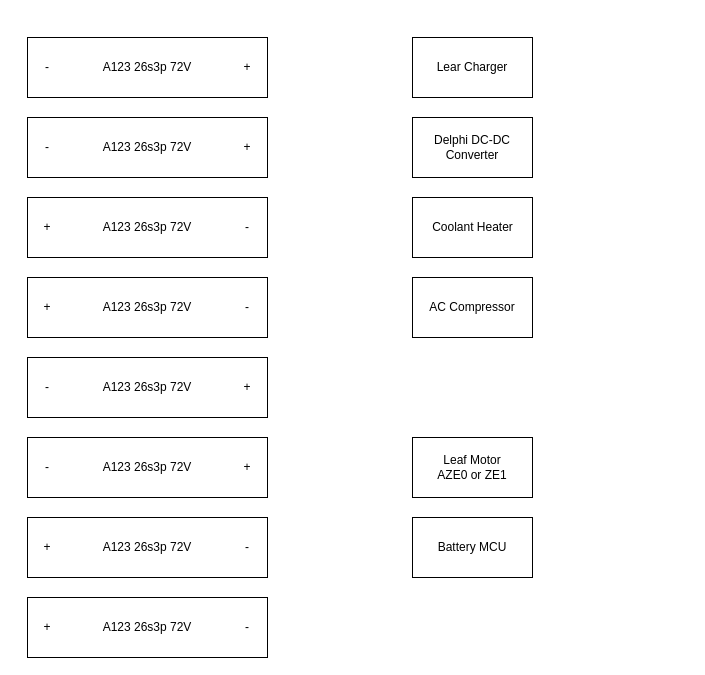
cdvanhorn/ForsanRaneaf keeps this draw.io diagram as Electrical.drawio. Above is the earlier version. Source tidied: cells renumbered, new cells numbered last; positions are measured from the earlier drawing's top-left corner, leaving out a move shared by most shapes. Both pictures are drawn from the tidied source at 100%, with x=0, y=0 at pixel (27, 37).
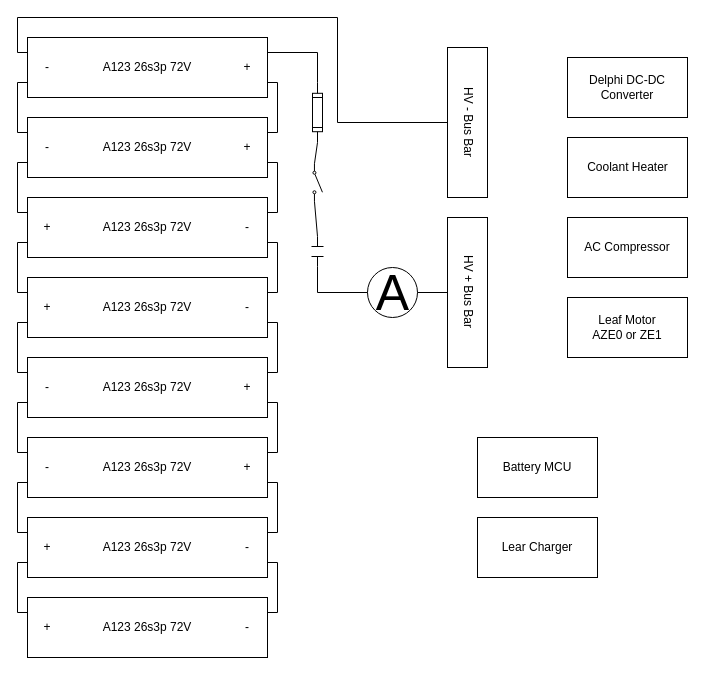
After the change.

Commit message:
hv battery wiring

Unchanged cells that the change refers to:
```xml
<mxCell id="21" style="rounded=0;whiteSpace=wrap;html=1;" parent="20" vertex="1">
  <mxGeometry width="240" height="60" as="geometry" />
</mxCell>
<mxCell id="26" style="rounded=0;whiteSpace=wrap;html=1;" parent="25" vertex="1">
  <mxGeometry width="240" height="60" as="geometry" />
</mxCell>
<mxCell id="31" style="rounded=0;whiteSpace=wrap;html=1;" parent="30" vertex="1">
  <mxGeometry width="240" height="60" as="geometry" />
</mxCell>
<mxCell id="36" style="rounded=0;whiteSpace=wrap;html=1;" parent="35" vertex="1">
  <mxGeometry width="240" height="60" as="geometry" />
</mxCell>
<mxCell id="41" style="rounded=0;whiteSpace=wrap;html=1;" parent="40" vertex="1">
  <mxGeometry width="240" height="60" as="geometry" />
</mxCell>
<mxCell id="46" style="rounded=0;whiteSpace=wrap;html=1;" parent="45" vertex="1">
  <mxGeometry width="240" height="60" as="geometry" />
</mxCell>
<mxCell id="51" style="rounded=0;whiteSpace=wrap;html=1;" parent="50" vertex="1">
  <mxGeometry width="240" height="60" as="geometry" />
</mxCell>
<mxCell id="56" style="rounded=0;whiteSpace=wrap;html=1;" parent="55" vertex="1">
  <mxGeometry width="240" height="60" as="geometry" />
</mxCell>
```

What changed in the source:
```diff
@@
     <mxCell id="2" style="group;" parent="1" vertex="1">
-      <mxGeometry x="385" y="480" width="120" height="60" as="geometry" />
+      <mxGeometry x="450" y="400" width="120" height="60" as="geometry" />
     </mxCell>
@@
     <mxCell id="5" style="group;" parent="1" vertex="1">
-      <mxGeometry x="385" y="400" width="120" height="60" as="geometry" />
+      <mxGeometry x="540" y="260" width="120" height="60" as="geometry" />
     </mxCell>
@@
     <mxCell id="8" style="group;" parent="1" vertex="1">
-      <mxGeometry x="385" y="240" width="120" height="60" as="geometry" />
+      <mxGeometry x="540" y="180" width="120" height="60" as="geometry" />
     </mxCell>
@@
     <mxCell id="11" style="group;" parent="1" vertex="1">
-      <mxGeometry x="385" y="160" width="120" height="60" as="geometry" />
+      <mxGeometry x="540" y="100" width="120" height="60" as="geometry" />
     </mxCell>
@@
     <mxCell id="14" style="group;" parent="1" vertex="1">
-      <mxGeometry x="385" y="80" width="120" height="60" as="geometry" />
+      <mxGeometry x="540" y="20" width="120" height="60" as="geometry" />
     </mxCell>
@@
     <mxCell id="17" style="group;" parent="1" vertex="1">
-      <mxGeometry x="385" width="120" height="60" as="geometry" />
+      <mxGeometry x="450" y="480" width="120" height="60" as="geometry" />
     </mxCell>
@@
+    <mxCell id="60" style="endArrow=none;html=1;rounded=0;entryX=1;entryY=0.75;entryDx=0;entryDy=0;edgeStyle=orthogonalEdgeStyle;exitX=1;exitY=0.25;exitDx=0;exitDy=0;" parent="1" edge="1" source="26" target="21">
+      <mxGeometry relative="1" as="geometry" />
+    </mxCell>
+    <mxCell id="61" style="endArrow=none;html=1;rounded=0;entryX=1;entryY=0.75;entryDx=0;entryDy=0;edgeStyle=orthogonalEdgeStyle;exitX=1;exitY=0.25;exitDx=0;exitDy=0;" parent="1" edge="1" source="36" target="31">
+      <mxGeometry relative="1" as="geometry" />
+    </mxCell>
+    <mxCell id="62" style="endArrow=none;html=1;rounded=0;entryX=1;entryY=0.75;entryDx=0;entryDy=0;edgeStyle=orthogonalEdgeStyle;exitX=1;exitY=0.25;exitDx=0;exitDy=0;" parent="1" edge="1" source="46" target="41">
+      <mxGeometry relative="1" as="geometry" />
+    </mxCell>
+    <mxCell id="63" style="endArrow=none;html=1;rounded=0;entryX=1;entryY=0.75;entryDx=0;entryDy=0;edgeStyle=orthogonalEdgeStyle;exitX=1;exitY=0.25;exitDx=0;exitDy=0;" parent="1" edge="1" source="56" target="51">
+      <mxGeometry relative="1" as="geometry" />
+    </mxCell>
+    <mxCell id="64" style="endArrow=none;html=1;rounded=0;entryX=0;entryY=0.75;entryDx=0;entryDy=0;edgeStyle=orthogonalEdgeStyle;exitX=0;exitY=0.25;exitDx=0;exitDy=0;" parent="1" edge="1" source="26" target="21">
+      <mxGeometry relative="1" as="geometry" />
+    </mxCell>
+    <mxCell id="65" style="endArrow=none;html=1;rounded=0;entryX=0;entryY=0.75;entryDx=0;entryDy=0;edgeStyle=orthogonalEdgeStyle;exitX=0;exitY=0.25;exitDx=0;exitDy=0;" parent="1" edge="1" source="36" target="31">
+      <mxGeometry relative="1" as="geometry" />
+    </mxCell>
+    <mxCell id="66" style="endArrow=none;html=1;rounded=0;entryX=0;entryY=0.75;entryDx=0;entryDy=0;edgeStyle=orthogonalEdgeStyle;exitX=0;exitY=0.25;exitDx=0;exitDy=0;" parent="1" edge="1" source="46" target="41">
+      <mxGeometry relative="1" as="geometry" />
+    </mxCell>
+    <mxCell id="67" style="endArrow=none;html=1;rounded=0;entryX=0;entryY=0.75;entryDx=0;entryDy=0;edgeStyle=orthogonalEdgeStyle;exitX=0;exitY=0.25;exitDx=0;exitDy=0;" parent="1" edge="1" source="56" target="51">
+      <mxGeometry relative="1" as="geometry" />
+    </mxCell>
+    <mxCell id="68" style="endArrow=none;html=1;rounded=0;entryX=1;entryY=0.75;entryDx=0;entryDy=0;edgeStyle=orthogonalEdgeStyle;exitX=1;exitY=0.25;exitDx=0;exitDy=0;" parent="1" edge="1" source="31" target="26">
+      <mxGeometry relative="1" as="geometry" />
+    </mxCell>
+    <mxCell id="69" style="endArrow=none;html=1;rounded=0;entryX=1;entryY=0.75;entryDx=0;entryDy=0;edgeStyle=orthogonalEdgeStyle;exitX=1;exitY=0.25;exitDx=0;exitDy=0;" parent="1" edge="1" source="41" target="36">
+      <mxGeometry relative="1" as="geometry" />
+    </mxCell>
+    <mxCell id="70" style="endArrow=none;html=1;rounded=0;entryX=1;entryY=0.75;entryDx=0;entryDy=0;edgeStyle=orthogonalEdgeStyle;exitX=1;exitY=0.25;exitDx=0;exitDy=0;" parent="1" edge="1" source="51" target="46">
+      <mxGeometry relative="1" as="geometry" />
+    </mxCell>
+    <mxCell id="71" style="endArrow=none;html=1;rounded=0;entryX=0;entryY=0.75;entryDx=0;entryDy=0;edgeStyle=orthogonalEdgeStyle;exitX=0;exitY=0.25;exitDx=0;exitDy=0;" parent="1" edge="1" source="51" target="46">
+      <mxGeometry relative="1" as="geometry" />
+    </mxCell>
+    <mxCell id="72" style="endArrow=none;html=1;rounded=0;entryX=0;entryY=0.75;entryDx=0;entryDy=0;edgeStyle=orthogonalEdgeStyle;exitX=0;exitY=0.25;exitDx=0;exitDy=0;" parent="1" edge="1" source="41" target="36">
+      <mxGeometry relative="1" as="geometry" />
+    </mxCell>
+    <mxCell id="73" style="endArrow=none;html=1;rounded=0;entryX=0;entryY=0.75;entryDx=0;entryDy=0;edgeStyle=orthogonalEdgeStyle;exitX=0;exitY=0.25;exitDx=0;exitDy=0;" parent="1" edge="1" source="31" target="26">
+      <mxGeometry relative="1" as="geometry" />
+    </mxCell>
+    <mxCell id="74" style="group;" parent="1" vertex="1">
+      <mxGeometry x="420" y="10" width="40" height="150" as="geometry" />
+    </mxCell>
+    <mxCell id="75" style="rounded=0;whiteSpace=wrap;html=1;" parent="74" vertex="1">
+      <mxGeometry width="40" height="150" as="geometry" />
+    </mxCell>
+    <mxCell id="76" value="HV - Bus Bar" style="text;html=1;align=center;verticalAlign=middle;whiteSpace=wrap;rounded=0;flipV=0;textDirection=vertical-rl;horizontal=1;" parent="74" vertex="1">
+      <mxGeometry x="5" y="30" width="30" height="90" as="geometry" />
+    </mxCell>
+    <mxCell id="77" style="group;" parent="1" vertex="1">
+      <mxGeometry x="420" y="180" width="40" height="150" as="geometry" />
+    </mxCell>
+    <mxCell id="78" style="rounded=0;whiteSpace=wrap;html=1;" parent="77" vertex="1">
+      <mxGeometry width="40" height="150" as="geometry" />
+    </mxCell>
+    <mxCell id="79" value="HV + Bus Bar" style="text;html=1;align=center;verticalAlign=middle;whiteSpace=wrap;rounded=0;flipV=0;textDirection=vertical-rl;horizontal=1;" parent="77" vertex="1">
+      <mxGeometry x="5" y="30" width="30" height="90" as="geometry" />
+    </mxCell>
+    <mxCell id="80" style="endArrow=none;html=1;rounded=0;exitX=0;exitY=0.25;exitDx=0;exitDy=0;entryX=0;entryY=0.5;entryDx=0;entryDy=0;edgeStyle=orthogonalEdgeStyle;" parent="1" edge="1" source="21" target="75">
+      <mxGeometry relative="1" as="geometry">
+        <Array as="points">
+          <mxPoint x="-10" y="15" />
+          <mxPoint x="-10" y="-20" />
+          <mxPoint x="310" y="-20" />
+          <mxPoint x="310" y="85" />
+        </Array>
+      </mxGeometry>
+    </mxCell>
+    <mxCell id="81" style="verticalLabelPosition=bottom;shadow=0;dashed=0;align=center;html=1;verticalAlign=top;shape=mxgraph.electrical.miscellaneous.fuse_1;rotation=90;" parent="1" vertex="1">
+      <mxGeometry x="260" y="70" width="60" height="10" as="geometry" />
+    </mxCell>
+    <mxCell id="82" style="html=1;shape=mxgraph.electrical.electro-mechanical.singleSwitch;elSwitchState=off;rotation=90;" parent="1" vertex="1">
+      <mxGeometry x="271.2" y="140" width="37.5" height="10" as="geometry" />
+    </mxCell>
+    <mxCell id="83" style="verticalLabelPosition=bottom;shadow=0;dashed=0;align=center;html=1;verticalAlign=top;shape=mxgraph.electrical.electro-mechanical.relay_contacts;rotation=-90;" parent="1" vertex="1">
+      <mxGeometry x="275" y="208" width="30" height="12" as="geometry" />
+    </mxCell>
+    <mxCell id="84" style="endArrow=none;html=1;rounded=0;exitX=1;exitY=0.25;exitDx=0;exitDy=0;entryX=0;entryY=0.5;entryDx=0;entryDy=0;entryPerimeter=0;edgeStyle=orthogonalEdgeStyle;" parent="1" edge="1" source="21" target="81">
+      <mxGeometry relative="1" as="geometry" />
+    </mxCell>
+    <mxCell id="85" style="endArrow=none;html=1;rounded=0;entryX=1;entryY=0.5;entryDx=0;entryDy=0;entryPerimeter=0;exitX=0;exitY=0.8;exitDx=0;exitDy=0;" parent="1" edge="1" source="82" target="81">
+      <mxGeometry relative="1" as="geometry" />
+    </mxCell>
+    <mxCell id="86" style="endArrow=none;html=1;rounded=0;entryX=1;entryY=0.8;entryDx=0;entryDy=0;exitX=1;exitY=0.5;exitDx=0;exitDy=0;exitPerimeter=0;" parent="1" edge="1" source="83" target="82">
+      <mxGeometry relative="1" as="geometry" />
+    </mxCell>
+    <mxCell id="87" value="A" style="verticalLabelPosition=middle;shadow=0;dashed=0;align=center;html=1;verticalAlign=middle;strokeWidth=1;shape=ellipse;fontSize=50;" parent="1" vertex="1">
+      <mxGeometry x="340" y="230" width="50" height="50" as="geometry" />
+    </mxCell>
+    <mxCell id="88" style="endArrow=none;html=1;rounded=0;entryX=0;entryY=0.5;entryDx=0;entryDy=0;entryPerimeter=0;exitX=0;exitY=0.5;exitDx=0;exitDy=0;edgeStyle=orthogonalEdgeStyle;" parent="1" edge="1" source="87" target="83">
+      <mxGeometry relative="1" as="geometry" />
+    </mxCell>
+    <mxCell id="89" style="endArrow=none;html=1;rounded=0;entryX=0;entryY=0.5;entryDx=0;entryDy=0;exitX=1;exitY=0.5;exitDx=0;exitDy=0;" parent="1" edge="1" source="87" target="78">
+      <mxGeometry relative="1" as="geometry" />
+    </mxCell>
```
